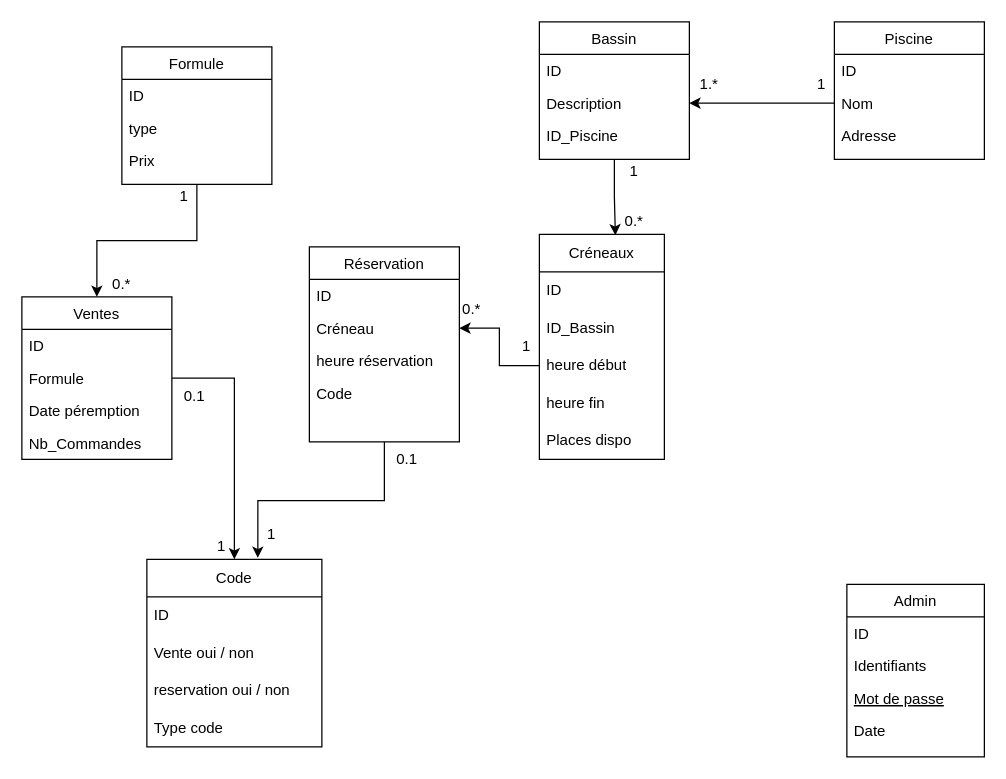
Chic0s/PiscineRennes keeps this draw.io diagram as Diagramme sans nom.drawio. Above is the earlier version. Source tidied: cells renumbered, new cells numbered last; positions are measured from the earlier drawing's top-left corner, leaving out a move shared by most shapes. Both pictures are drawn from the tidied source at 125%, with x=0, y=0 at pixel (21, 21).
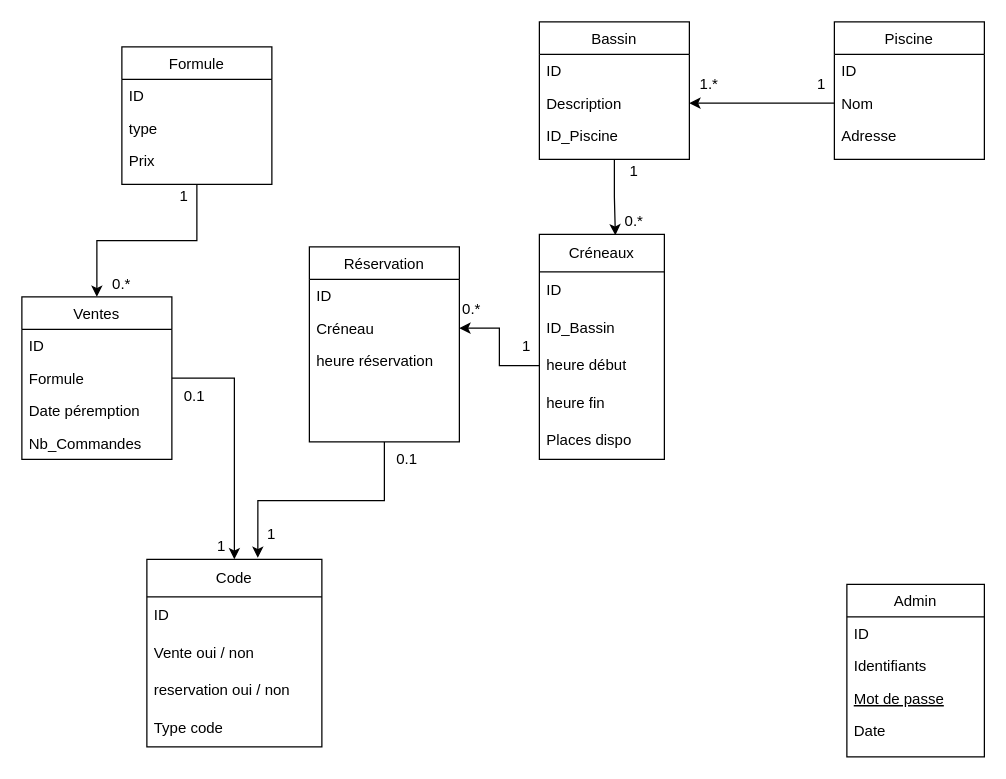
The same diagram, later.

Commit message:
Mettre à jour Diagramme sans nom.drawio

The change refers to these unchanged cells:
```xml
<mxCell id="23" value="Réservation" style="swimlane;fontStyle=0;align=center;verticalAlign=top;horizontal=1;startSize=26;rounded=0;shadow=0;strokeWidth=1;" parent="1" vertex="1">
  <mxGeometry x="230" y="180" width="120" height="156" as="geometry" />
</mxCell>
```

What changed in the source:
```diff
@@
-    <mxCell id="27" value="Code" style="text;align=left;verticalAlign=top;spacingLeft=4;spacingRight=4;overflow=hidden;rounded=0;shadow=0;html=0;" parent="23" vertex="1">
-      <mxGeometry y="104" width="120" height="26" as="geometry" />
-    </mxCell>
```
